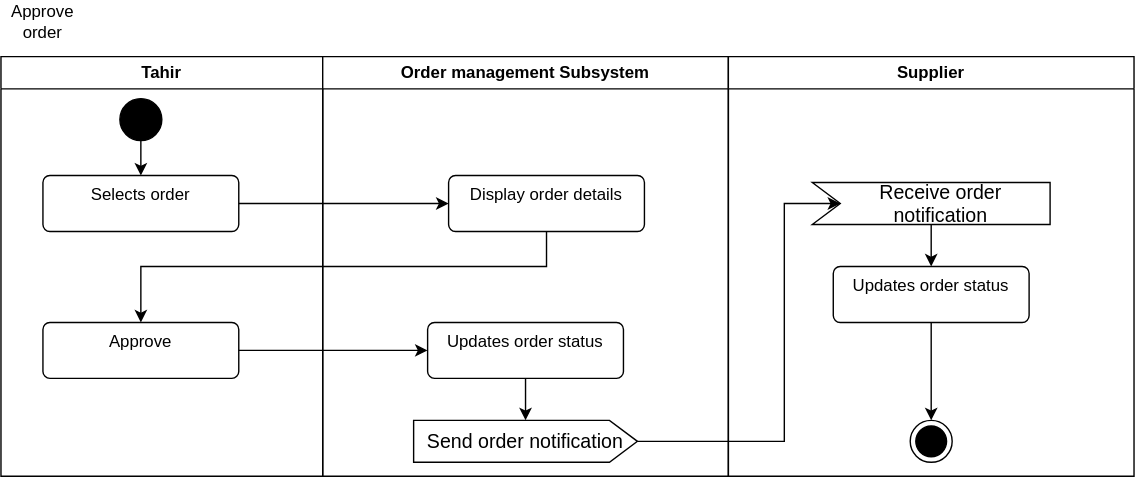
Above: Approve_order.svg in Simamkele88/IFM3_GP (draw.io), before the change. Source tidied: cells renumbered, new cells last; positions are measured from the earlier drawing's top-left corner, leaving out a move shared by most shapes.
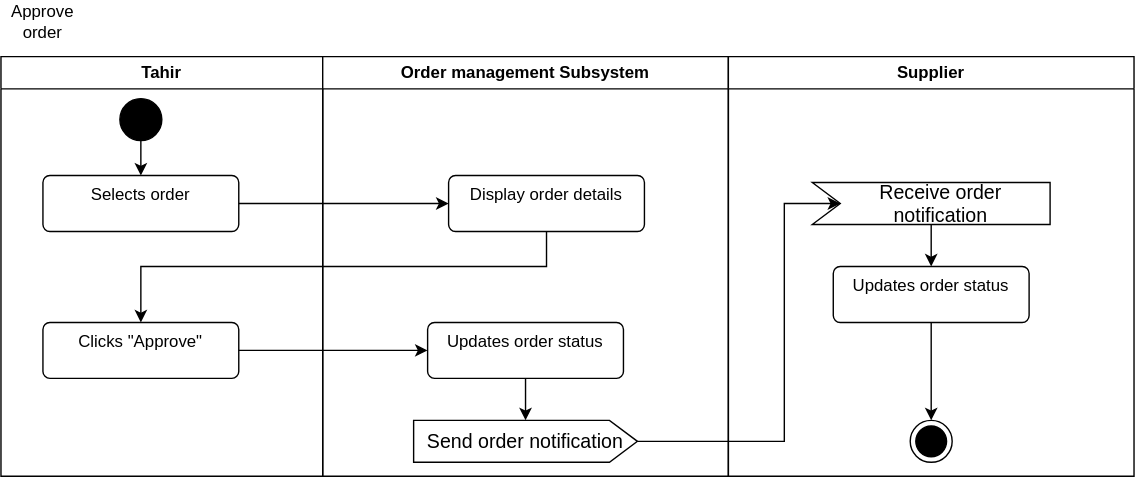
The same diagram one commit later.

The edit, as a diff of the source:
```diff
@@ -14,7 +14,7 @@
     <mxCell id="5" value="Selects order" style="html=1;align=center;verticalAlign=top;rounded=1;absoluteArcSize=1;arcSize=10;dashed=0;whiteSpace=wrap;" parent="2" vertex="1">
       <mxGeometry x="30" y="85" width="140" height="40" as="geometry" />
     </mxCell>
-    <mxCell id="6" value="Approve" style="html=1;align=center;verticalAlign=top;rounded=1;absoluteArcSize=1;arcSize=10;dashed=0;whiteSpace=wrap;" parent="2" vertex="1">
+    <mxCell id="6" value="Clicks &quot;Approve&quot;" style="html=1;align=center;verticalAlign=top;rounded=1;absoluteArcSize=1;arcSize=10;dashed=0;whiteSpace=wrap;" parent="2" vertex="1">
       <mxGeometry x="30" y="190" width="140" height="40" as="geometry" />
     </mxCell>
     <mxCell id="7" value="Order management Subsystem" style="swimlane;whiteSpace=wrap;html=1;" parent="1" vertex="1">
```
